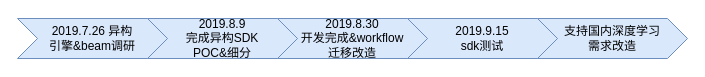
learn2Pro/draw_io_save keeps this draw.io diagram as homogeneous_engine.drawio. Above is the earlier version. Source tidied: cells renumbered, new cells numbered last; positions are measured from the earlier drawing's top-left corner, leaving out a move shared by most shapes. Both pictures are drawn from the tidied source at 100%, with x=0, y=0 at pixel (17, 18).
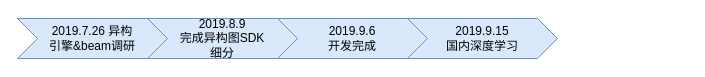
The same diagram, later.

Change to the diagram source:
```diff
@@
 <mxGraphModel>
   <root>
     <mxCell id="0" />
     <mxCell id="1" parent="0" />
     <mxCell id="2" value="2019.7.26 异构&lt;br&gt;引擎&amp;amp;beam调研" style="shape=step;perimeter=stepPerimeter;whiteSpace=wrap;html=1;fixedSize=1;fillColor=#dae8fc;strokeColor=#6c8ebf;" parent="1" vertex="1">
       <mxGeometry width="150" height="40" as="geometry" />
     </mxCell>
-    <mxCell id="3" value="2019.8.9&lt;br&gt;完成异构SDK &lt;br&gt;POC&amp;amp;细分" style="shape=step;perimeter=stepPerimeter;whiteSpace=wrap;html=1;fixedSize=1;fillColor=#dae8fc;strokeColor=#6c8ebf;" parent="1" vertex="1">
+    <mxCell id="3" value="2019.8.9&lt;br&gt;完成异构图SDK &lt;br&gt;细分" style="shape=step;perimeter=stepPerimeter;whiteSpace=wrap;html=1;fixedSize=1;fillColor=#dae8fc;strokeColor=#6c8ebf;" parent="1" vertex="1">
       <mxGeometry x="130" width="150" height="40" as="geometry" />
     </mxCell>
-    <mxCell id="4" value="2019.8.30&lt;br&gt;开发完成&amp;amp;workflow&lt;br&gt;迁移改造" style="shape=step;perimeter=stepPerimeter;whiteSpace=wrap;html=1;fixedSize=1;fillColor=#dae8fc;strokeColor=#6c8ebf;" parent="1" vertex="1">
+    <mxCell id="4" value="2019.9.6&lt;br&gt;开发完成" style="shape=step;perimeter=stepPerimeter;whiteSpace=wrap;html=1;fixedSize=1;fillColor=#dae8fc;strokeColor=#6c8ebf;" parent="1" vertex="1">
       <mxGeometry x="260" width="150" height="40" as="geometry" />
     </mxCell>
-    <mxCell id="5" value="2019.9.15&lt;br&gt;sdk测试" style="shape=step;perimeter=stepPerimeter;whiteSpace=wrap;html=1;fixedSize=1;fillColor=#dae8fc;strokeColor=#6c8ebf;" parent="1" vertex="1">
+    <mxCell id="5" value="2019.9.15&lt;br&gt;国内深度学习" style="shape=step;perimeter=stepPerimeter;whiteSpace=wrap;html=1;fixedSize=1;fillColor=#dae8fc;strokeColor=#6c8ebf;" parent="1" vertex="1">
       <mxGeometry x="390" width="150" height="40" as="geometry" />
     </mxCell>
-    <mxCell id="6" value="支持国内深度学习&lt;br&gt;需求改造" style="shape=step;perimeter=stepPerimeter;whiteSpace=wrap;html=1;fixedSize=1;fillColor=#dae8fc;strokeColor=#6c8ebf;" parent="1" vertex="1">
-      <mxGeometry x="520" width="150" height="40" as="geometry" />
-    </mxCell>
   </root>
 </mxGraphModel>
```
